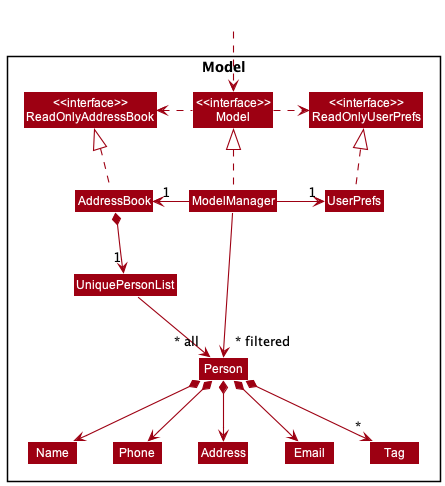
Before: docs/images/ModelClassDiagram.png, a diagram exported from PlantUML (nus-cs2103-AY2223S2/tp).
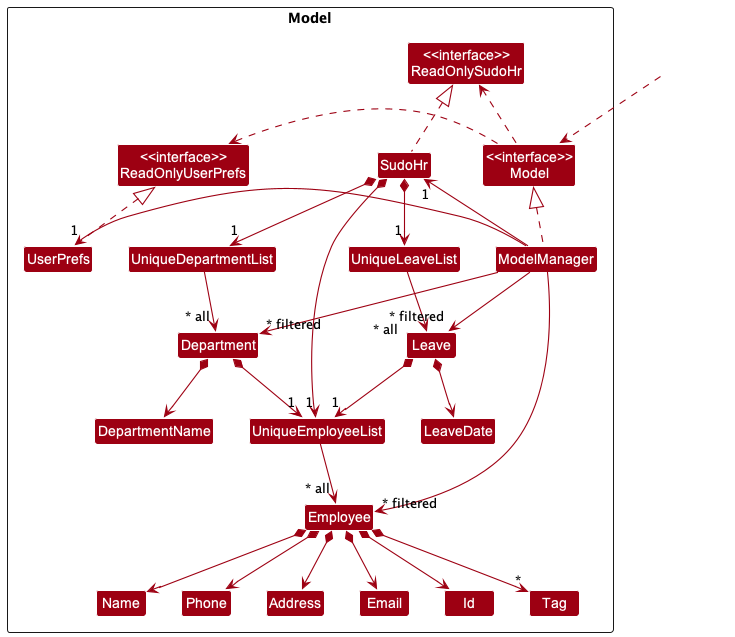
After the change.

What changed in the source:
```diff
@@ -5,46 +5,68 @@
 skinparam classBackgroundColor MODEL_COLOR
 
 Package Model <<Rectangle>>{
-Class "<<interface>>\nReadOnlyAddressBook" as ReadOnlyAddressBook
+Class "<<interface>>\nReadOnlySudoHr" as ReadOnlySudoHr
 Class "<<interface>>\nReadOnlyUserPrefs" as ReadOnlyUserPrefs
 Class "<<interface>>\nModel" as Model
-Class AddressBook
+Class SudoHr
 Class ModelManager
 Class UserPrefs
 
-Class UniquePersonList
-Class Person
+Class UniqueEmployeeList
+Class Id
+Class Employee
 Class Address
 Class Email
 Class Name
 Class Phone
 Class Tag
 
+Class UniqueDepartmentList
+Class Department
+Class DepartmentName
+
+Class UniqueLeaveList
+Class Leave
+Class LeaveDate
 }
 
 Class HiddenOutside #FFFFFF
 HiddenOutside ..> Model
 
-AddressBook .up.|> ReadOnlyAddressBook
+SudoHr .up.|> ReadOnlySudoHr
 
 ModelManager .up.|> Model
 Model .right.> ReadOnlyUserPrefs
-Model .left.> ReadOnlyAddressBook
-ModelManager -left-> "1" AddressBook
+Model .left.> ReadOnlySudoHr
+ModelManager -left-> "1" SudoHr
 ModelManager -right-> "1" UserPrefs
 UserPrefs .up.|> ReadOnlyUserPrefs
 
-AddressBook *--> "1" UniquePersonList
-UniquePersonList --> "~* all" Person
-Person *--> Name
-Person *--> Phone
-Person *--> Email
-Person *--> Address
-Person *--> "*" Tag
+SudoHr *--> "1" UniqueEmployeeList
+SudoHr *--> "1" UniqueDepartmentList
+SudoHr *--> "1" UniqueLeaveList
+
+UniqueEmployeeList --> "~* all" Employee
+Employee *--> Id
+Employee *--> Name
+Employee *--> Phone
+Employee *--> Email
+Employee *--> Address
+Employee *--> "*" Tag
+
+UniqueDepartmentList --> "~* all" Department
+Department *--> DepartmentName
+Department *-->"1"UniqueEmployeeList
+
+UniqueLeaveList --> "~* all" Leave
+Leave *--> LeaveDate
+Leave *--> "1"UniqueEmployeeList
 
 Name -[hidden]right-> Phone
 Phone -[hidden]right-> Address
 Address -[hidden]right-> Email
 
-ModelManager -->"~* filtered" Person
+ModelManager -->"~* filtered" Employee
+ModelManager -->"~* filtered" Department
+ModelManager -->"~* filtered" Leave
 @enduml
```
